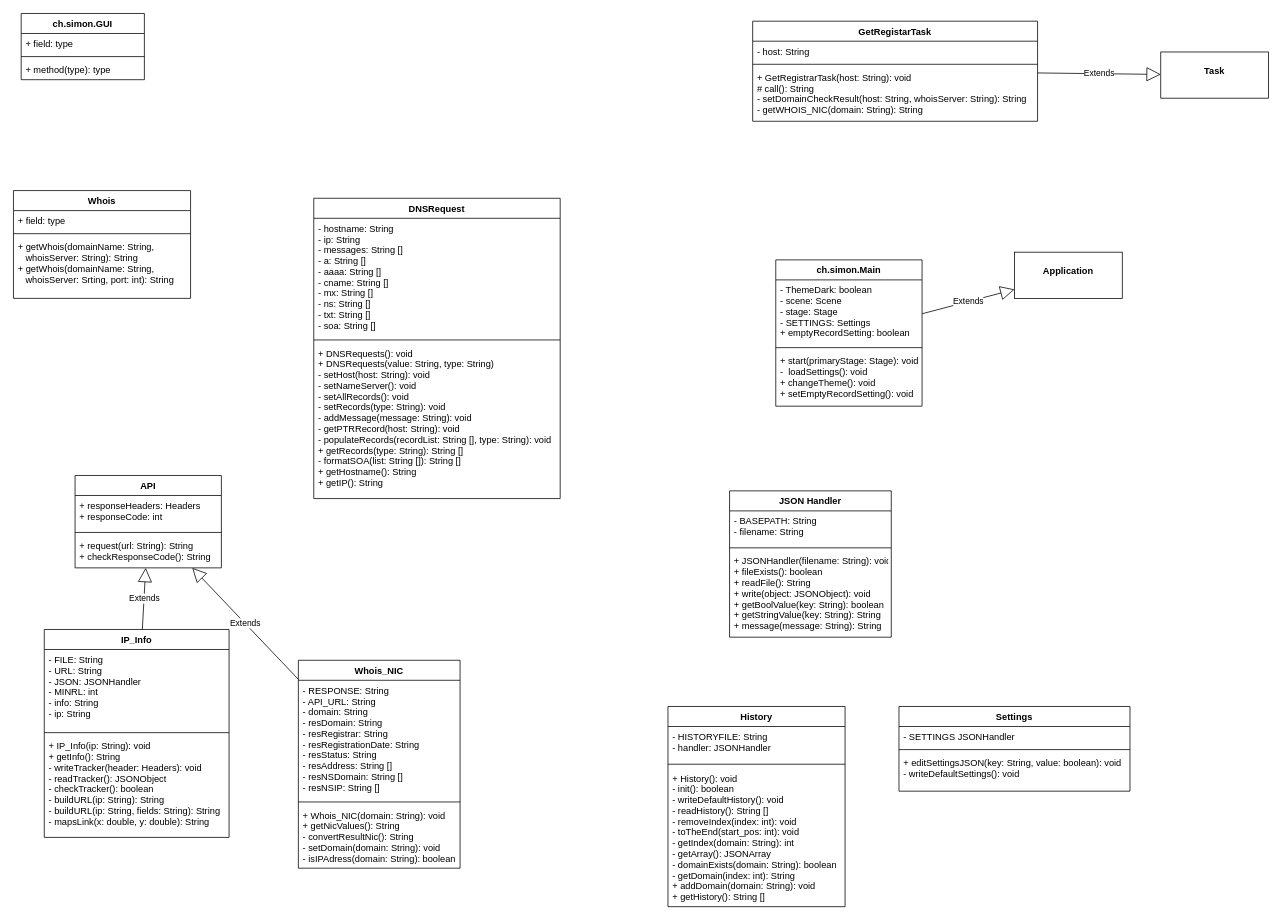
Before: resources/Diagrams/DNS_Resolver.drawio in Luatan/DNSResolver, a draw.io diagram. Source tidied: cells renumbered, new cells numbered last; positions are measured from the earlier drawing's top-left corner, leaving out a move shared by most shapes. Both pictures are drawn from the tidied source at 77%, with x=0, y=0 at pixel (13, 13).
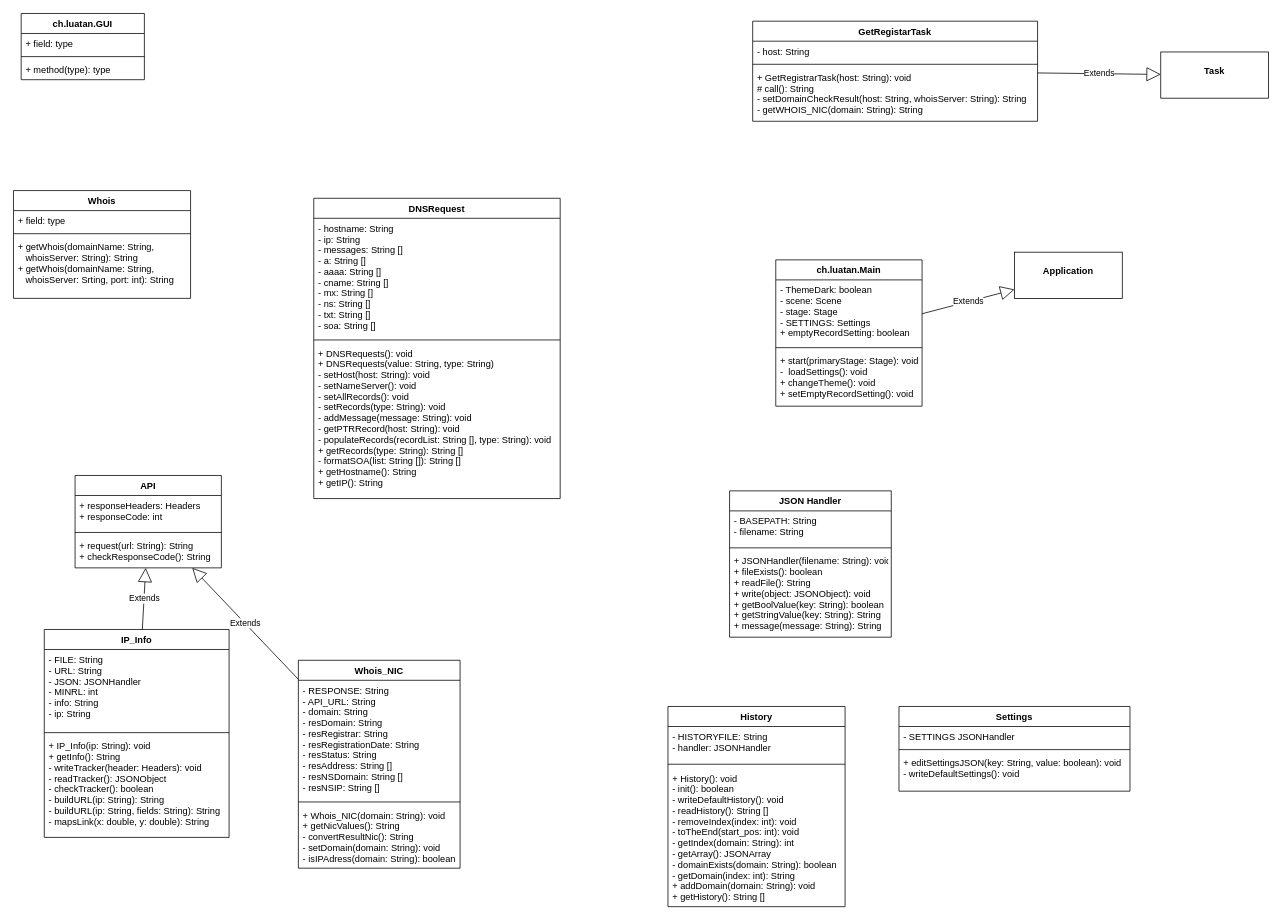
The same diagram, later.

Diff of the diagram source:
```diff
@@
-    <mxCell id="18" value="ch.simon.GUI" style="swimlane;fontStyle=1;align=center;verticalAlign=top;horizontal=1;startSize=26;" parent="1" vertex="1">
+    <mxCell id="18" value="ch.luatan.GUI" style="swimlane;fontStyle=1;align=center;verticalAlign=top;horizontal=1;startSize=26;" parent="1" vertex="1">
       <mxGeometry x="10" width="160" height="86" as="geometry" />
     </mxCell>
@@
-    <mxCell id="36" value="ch.simon.Main" style="swimlane;fontStyle=1;align=center;verticalAlign=top;horizontal=1;startSize=26;" parent="1" vertex="1">
+    <mxCell id="36" value="ch.luatan.Main" style="swimlane;fontStyle=1;align=center;verticalAlign=top;horizontal=1;startSize=26;" parent="1" vertex="1">
       <mxGeometry x="990" y="320" width="190" height="190" as="geometry" />
     </mxCell>
```
